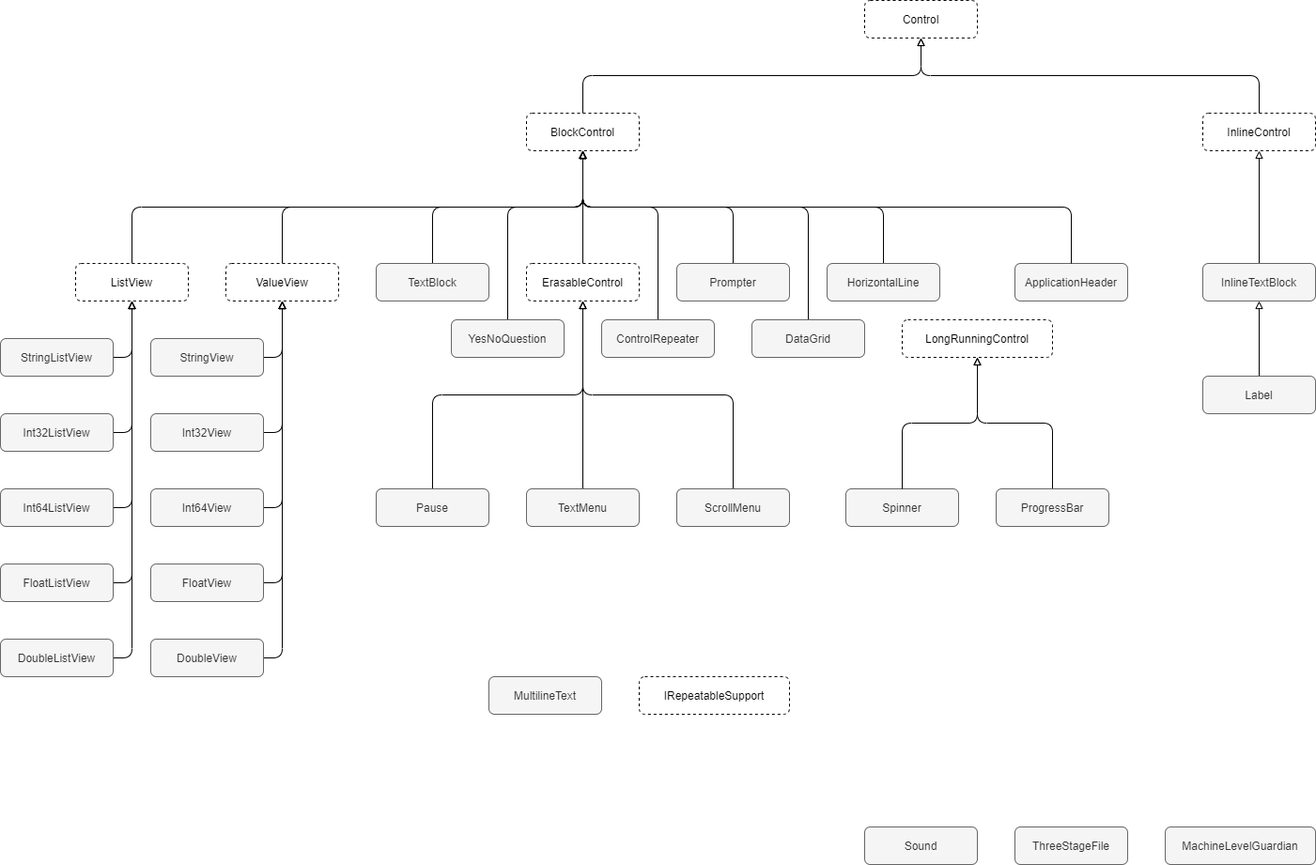
Above: doc/controls.drawio.png in lastunicorn/ConsoleTools (draw.io), before the change. Source tidied: cells renumbered, new cells last; positions are measured from the earlier drawing's top-left corner, leaving out a move shared by most shapes.
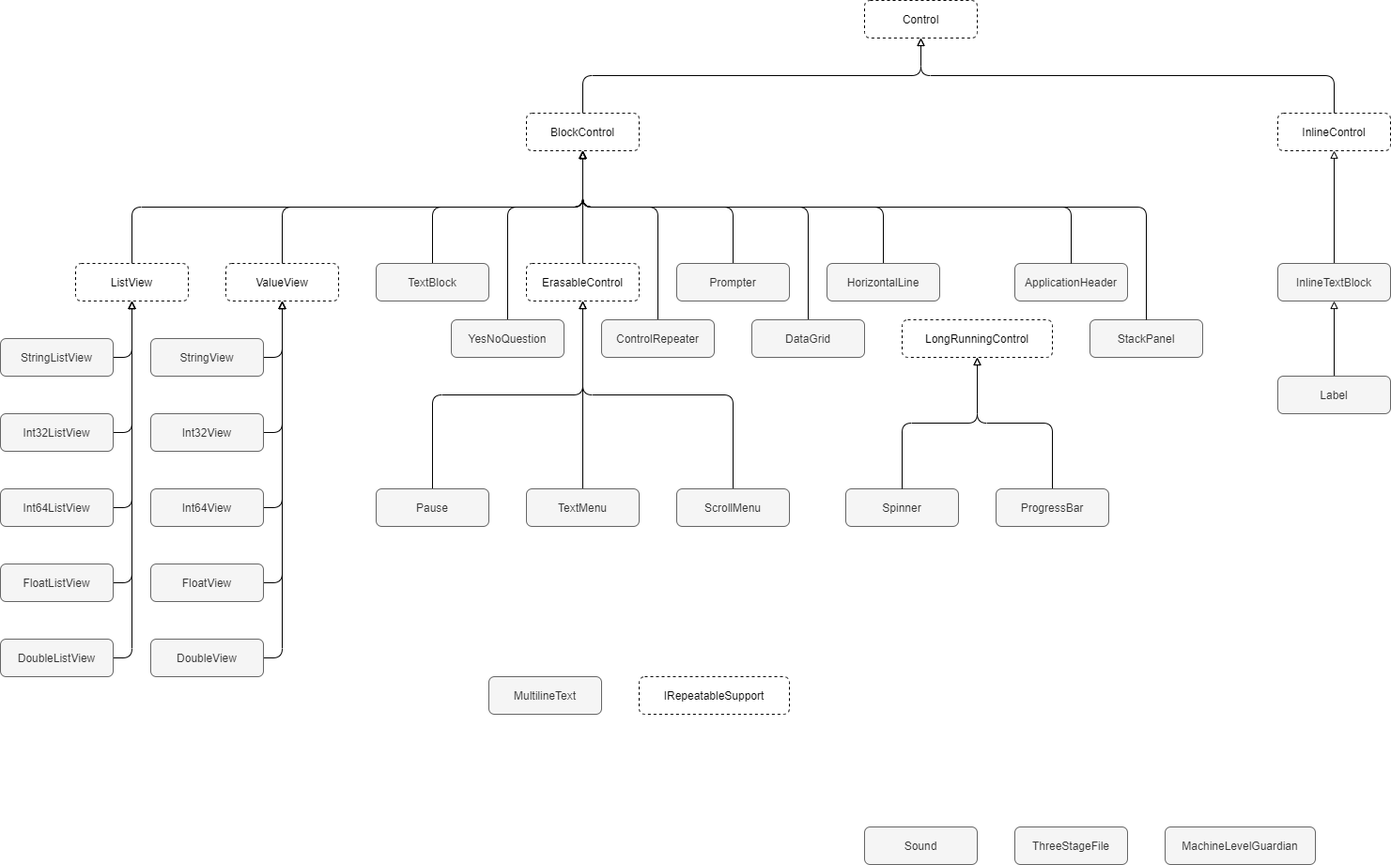
After the commit.

The edit, as a diff of the source:
```diff
@@ -15,19 +15,19 @@
       <mxGeometry relative="1" as="geometry" />
     </mxCell>
     <mxCell id="6" value="InlineControl" style="rounded=1;whiteSpace=wrap;html=1;points=[&#10;[0,0],[0.125,0],[0.25,0],[0.375,0],[0.5,0],[0.625,0],[0.75,0],[0.875,0],&#10;[1,0],[1,0.125],[1,0.25],[1,0.375],[1,0.5],[1,0.625],[1,0.75],[1,0.875],&#10;[1,1],[0.875,1],[0.75,1],[0.625,1],[0.5,1],[0.375,1],[0.25,1],[0.125,1],&#10;[0,1],[0,0.875],[0,0.75],[0,0.625],[0,0.5],[0,0.375],[0,0.25],[0,0.125]&#10;];dashed=1;" parent="1" vertex="1">
-      <mxGeometry x="1280" y="120" width="120" height="40" as="geometry" />
+      <mxGeometry x="1360" y="120" width="120" height="40" as="geometry" />
     </mxCell>
     <mxCell id="7" style="edgeStyle=orthogonalEdgeStyle;rounded=0;jettySize=auto;html=1;exitX=0.5;exitY=0;exitDx=0;exitDy=0;entryX=0.5;entryY=1;entryDx=0;entryDy=0;endArrow=block;endFill=0;" parent="1" edge="1" source="8" target="6">
       <mxGeometry relative="1" as="geometry" />
     </mxCell>
     <mxCell id="8" value="InlineTextBlock" style="rounded=1;whiteSpace=wrap;html=1;points=[&#10;[0,0],[0.125,0],[0.25,0],[0.375,0],[0.5,0],[0.625,0],[0.75,0],[0.875,0],&#10;[1,0],[1,0.125],[1,0.25],[1,0.375],[1,0.5],[1,0.625],[1,0.75],[1,0.875],&#10;[1,1],[0.875,1],[0.75,1],[0.625,1],[0.5,1],[0.375,1],[0.25,1],[0.125,1],&#10;[0,1],[0,0.875],[0,0.75],[0,0.625],[0,0.5],[0,0.375],[0,0.25],[0,0.125]&#10;];fillColor=#f5f5f5;strokeColor=#666666;fontColor=#333333;" parent="1" vertex="1">
-      <mxGeometry x="1280" y="280" width="120" height="40" as="geometry" />
+      <mxGeometry x="1360" y="280" width="120" height="40" as="geometry" />
     </mxCell>
     <mxCell id="9" style="edgeStyle=orthogonalEdgeStyle;rounded=1;jettySize=auto;html=1;exitX=0.5;exitY=0;exitDx=0;exitDy=0;entryX=0.5;entryY=1;entryDx=0;entryDy=0;endArrow=block;endFill=0;" parent="1" edge="1" source="10" target="8">
       <mxGeometry relative="1" as="geometry" />
     </mxCell>
     <mxCell id="10" value="Label" style="rounded=1;whiteSpace=wrap;html=1;points=[&#10;[0,0],[0.125,0],[0.25,0],[0.375,0],[0.5,0],[0.625,0],[0.75,0],[0.875,0],&#10;[1,0],[1,0.125],[1,0.25],[1,0.375],[1,0.5],[1,0.625],[1,0.75],[1,0.875],&#10;[1,1],[0.875,1],[0.75,1],[0.625,1],[0.5,1],[0.375,1],[0.25,1],[0.125,1],&#10;[0,1],[0,0.875],[0,0.75],[0,0.625],[0,0.5],[0,0.375],[0,0.25],[0,0.125]&#10;];fillColor=#f5f5f5;strokeColor=#666666;fontColor=#333333;" parent="1" vertex="1">
-      <mxGeometry x="1280" y="400" width="120" height="40" as="geometry" />
+      <mxGeometry x="1360" y="400" width="120" height="40" as="geometry" />
     </mxCell>
     <mxCell id="11" style="edgeStyle=orthogonalEdgeStyle;rounded=1;jettySize=auto;html=1;exitX=0.5;exitY=0;exitDx=0;exitDy=0;entryX=0.5;entryY=1;entryDx=0;entryDy=0;endArrow=block;endFill=0;" parent="1" edge="1" source="12" target="63">
       <mxGeometry relative="1" as="geometry" />
@@ -217,5 +217,16 @@
     <mxCell id="66" style="edgeStyle=orthogonalEdgeStyle;rounded=1;jettySize=auto;html=1;exitX=0.5;exitY=0;exitDx=0;exitDy=0;entryX=0.5;entryY=1;entryDx=0;entryDy=0;endArrow=block;endFill=0;" parent="1" edge="1" source="65" target="4">
       <mxGeometry relative="1" as="geometry" />
     </mxCell>
+    <mxCell id="67" value="StackPanel" style="rounded=1;whiteSpace=wrap;html=1;points=[&#10;[0,0],[0.125,0],[0.25,0],[0.375,0],[0.5,0],[0.625,0],[0.75,0],[0.875,0],&#10;[1,0],[1,0.125],[1,0.25],[1,0.375],[1,0.5],[1,0.625],[1,0.75],[1,0.875],&#10;[1,1],[0.875,1],[0.75,1],[0.625,1],[0.5,1],[0.375,1],[0.25,1],[0.125,1],&#10;[0,1],[0,0.875],[0,0.75],[0,0.625],[0,0.5],[0,0.375],[0,0.25],[0,0.125]&#10;];fillColor=#f5f5f5;strokeColor=#666666;fontColor=#333333;" parent="1" vertex="1">
+      <mxGeometry x="1160" y="340" width="120" height="40" as="geometry" />
+    </mxCell>
+    <mxCell id="68" style="edgeStyle=orthogonalEdgeStyle;rounded=1;jettySize=auto;html=1;exitX=0.5;exitY=0;exitDx=0;exitDy=0;entryX=0.5;entryY=1;entryDx=0;entryDy=0;endArrow=block;endFill=0;" parent="1" edge="1" source="67" target="4">
+      <mxGeometry relative="1" as="geometry">
+        <Array as="points">
+          <mxPoint x="1220" y="220" />
+          <mxPoint x="620" y="220" />
+        </Array>
+      </mxGeometry>
+    </mxCell>
   </root>
 </mxGraphModel>
```
